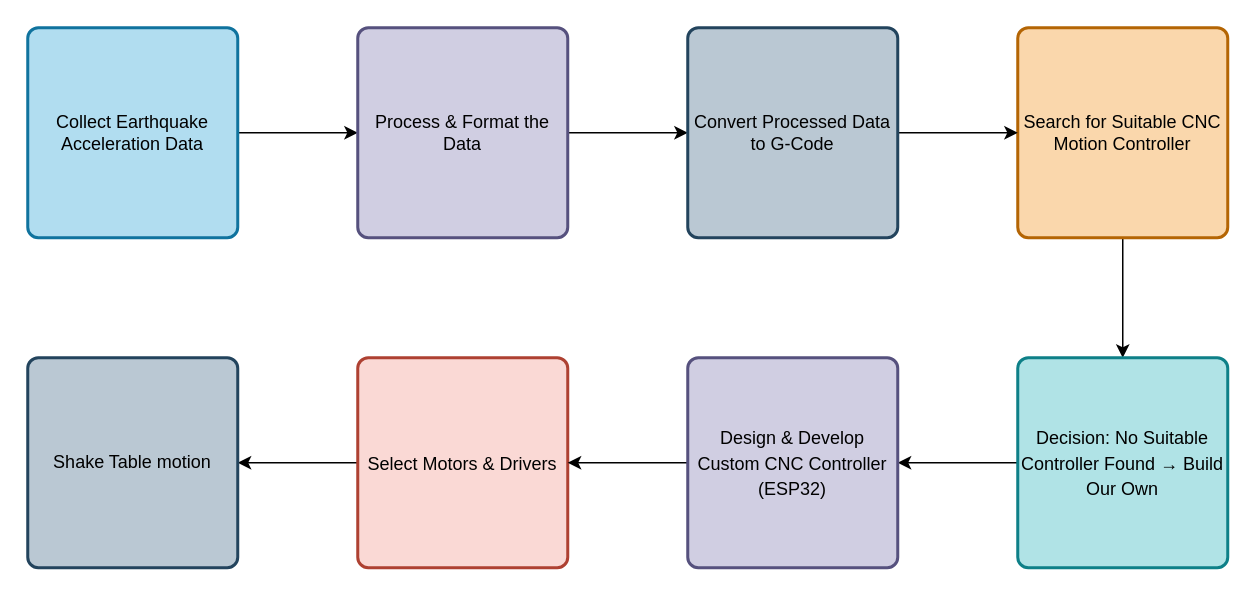
Earlier version of the draw.io diagram Diagrams/Project Workflow: Data to Motion Execution.drawio (DattBhatt/Draw.io). Source tidied: cells renumbered, new cells numbered last; positions are measured from the earlier drawing's top-left corner, leaving out a move shared by most shapes. Both pictures are drawn from the tidied source at 150%, with x=0, y=0 at pixel (27, 27).
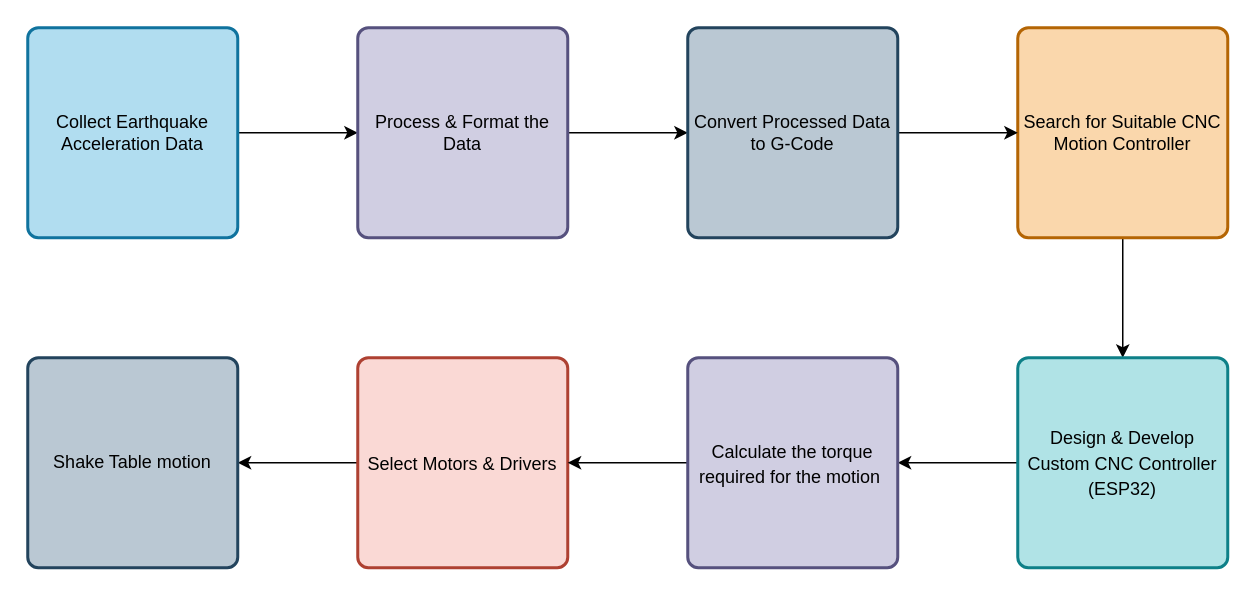
The same page after the edit.

The edit, as a diff of the source:
```diff
@@
 <mxGraphModel>
   <root>
     <mxCell id="0" />
     <mxCell id="1" parent="0" />
     <mxCell id="2" style="edgeStyle=orthogonalEdgeStyle;rounded=0;jettySize=auto;html=1;exitX=1;exitY=0.5;exitDx=0;exitDy=0;entryX=0;entryY=0.5;entryDx=0;entryDy=0;" parent="1" edge="1" source="3" target="5">
       <mxGeometry relative="1" as="geometry" />
     </mxCell>
     <mxCell id="3" value="Collect Earthquake Acceleration Data" style="rounded=1;whiteSpace=wrap;html=1;absoluteArcSize=1;arcSize=14;strokeWidth=2;fillColor=#b1ddf0;strokeColor=#10739e;" parent="1" vertex="1">
       <mxGeometry width="140" height="140" as="geometry" />
     </mxCell>
     <mxCell id="4" style="edgeStyle=orthogonalEdgeStyle;rounded=0;jettySize=auto;html=1;exitX=1;exitY=0.5;exitDx=0;exitDy=0;entryX=0;entryY=0.5;entryDx=0;entryDy=0;" parent="1" edge="1" source="5" target="9">
       <mxGeometry relative="1" as="geometry" />
     </mxCell>
     <mxCell id="5" value="Process &amp;amp; Format the Data" style="rounded=1;whiteSpace=wrap;html=1;absoluteArcSize=1;arcSize=14;strokeWidth=2;fillColor=#d0cee2;strokeColor=#56517e;" parent="1" vertex="1">
       <mxGeometry x="220" width="140" height="140" as="geometry" />
     </mxCell>
     <mxCell id="6" style="edgeStyle=orthogonalEdgeStyle;rounded=0;jettySize=auto;html=1;exitX=0.5;exitY=1;exitDx=0;exitDy=0;entryX=0.5;entryY=0;entryDx=0;entryDy=0;" parent="1" edge="1" source="7" target="11">
       <mxGeometry relative="1" as="geometry" />
     </mxCell>
     <mxCell id="7" value="Search for Suitable CNC Motion Controller" style="rounded=1;whiteSpace=wrap;html=1;absoluteArcSize=1;arcSize=14;strokeWidth=2;fillColor=#fad7ac;strokeColor=#b46504;" parent="1" vertex="1">
       <mxGeometry x="660" width="140" height="140" as="geometry" />
     </mxCell>
     <mxCell id="8" style="edgeStyle=orthogonalEdgeStyle;rounded=0;jettySize=auto;html=1;exitX=1;exitY=0.5;exitDx=0;exitDy=0;" parent="1" edge="1" source="9" target="7">
       <mxGeometry relative="1" as="geometry" />
     </mxCell>
     <mxCell id="9" value="Convert Processed Data to G-Code" style="rounded=1;whiteSpace=wrap;html=1;absoluteArcSize=1;arcSize=14;strokeWidth=2;fillColor=#bac8d3;strokeColor=#23445d;" parent="1" vertex="1">
       <mxGeometry x="440" width="140" height="140" as="geometry" />
     </mxCell>
     <mxCell id="10" style="edgeStyle=orthogonalEdgeStyle;rounded=0;jettySize=auto;html=1;exitX=0;exitY=0.5;exitDx=0;exitDy=0;" parent="1" edge="1" source="11" target="16">
       <mxGeometry relative="1" as="geometry" />
     </mxCell>
-    <mxCell id="11" value="&lt;h3&gt;&lt;span style=&quot;font-weight: normal;&quot;&gt;&lt;font style=&quot;font-size: 12px;&quot;&gt;Decision: No Suitable Controller Found → Build Our Own&lt;/font&gt;&lt;/span&gt;&lt;/h3&gt;&lt;p&gt;&lt;/p&gt;" style="rounded=1;whiteSpace=wrap;html=1;absoluteArcSize=1;arcSize=14;strokeWidth=2;fillColor=#b0e3e6;strokeColor=#0e8088;" parent="1" vertex="1">
+    <mxCell id="11" value="&lt;h3&gt;&lt;span style=&quot;font-size: 12px; font-weight: normal;&quot;&gt;Design &amp;amp; Develop Custom CNC Controller (ESP32)&lt;/span&gt;&lt;/h3&gt;&lt;p&gt;&lt;/p&gt;" style="rounded=1;whiteSpace=wrap;html=1;absoluteArcSize=1;arcSize=14;strokeWidth=2;fillColor=#b0e3e6;strokeColor=#0e8088;" parent="1" vertex="1">
       <mxGeometry x="660" y="220" width="140" height="140" as="geometry" />
     </mxCell>
     <mxCell id="12" style="edgeStyle=orthogonalEdgeStyle;rounded=0;jettySize=auto;html=1;exitX=0;exitY=0.5;exitDx=0;exitDy=0;" parent="1" edge="1" source="13" target="14">
       <mxGeometry relative="1" as="geometry" />
     </mxCell>
     <mxCell id="13" value="&lt;h3&gt;&lt;span style=&quot;font-weight: normal;&quot;&gt;&lt;font style=&quot;font-size: 12px;&quot;&gt;Select Motors &amp;amp; Drivers&lt;/font&gt;&lt;/span&gt;&lt;/h3&gt;&lt;p&gt;&lt;/p&gt;" style="rounded=1;whiteSpace=wrap;html=1;absoluteArcSize=1;arcSize=14;strokeWidth=2;fillColor=#fad9d5;strokeColor=#ae4132;" parent="1" vertex="1">
       <mxGeometry x="220" y="220" width="140" height="140" as="geometry" />
     </mxCell>
     <mxCell id="14" value="Shake Table motion" style="rounded=1;whiteSpace=wrap;html=1;absoluteArcSize=1;arcSize=14;strokeWidth=2;fillColor=#bac8d3;strokeColor=#23445d;" parent="1" vertex="1">
       <mxGeometry y="220" width="140" height="140" as="geometry" />
     </mxCell>
     <mxCell id="15" style="edgeStyle=orthogonalEdgeStyle;rounded=0;jettySize=auto;html=1;exitX=0;exitY=0.5;exitDx=0;exitDy=0;" parent="1" edge="1" source="16" target="13">
       <mxGeometry relative="1" as="geometry" />
     </mxCell>
-    <mxCell id="16" value="&lt;h3&gt;&lt;span style=&quot;font-size: 12px; font-weight: normal; background-color: transparent; color: light-dark(rgb(0, 0, 0), rgb(255, 255, 255));&quot;&gt;Design &amp;amp; Develop Custom CNC Controller (ESP32)&lt;/span&gt;&lt;/h3&gt;&lt;p&gt;&lt;/p&gt;" style="rounded=1;whiteSpace=wrap;html=1;absoluteArcSize=1;arcSize=14;strokeWidth=2;fillColor=#d0cee2;strokeColor=#56517e;" parent="1" vertex="1">
+    <mxCell id="16" value="&lt;h3 style=&quot;text-size-adjust: auto; caret-color: rgb(0, 0, 0);&quot;&gt;&lt;span style=&quot;font-size: 12px; font-weight: normal;&quot;&gt;&lt;font&gt;Calculate the torque required for the motion&amp;nbsp;&lt;/font&gt;&lt;/span&gt;&lt;/h3&gt;&lt;p&gt;&lt;/p&gt;" style="rounded=1;whiteSpace=wrap;html=1;absoluteArcSize=1;arcSize=14;strokeWidth=2;fillColor=#d0cee2;strokeColor=#56517e;" parent="1" vertex="1">
       <mxGeometry x="440" y="220" width="140" height="140" as="geometry" />
     </mxCell>
   </root>
 </mxGraphModel>
```
